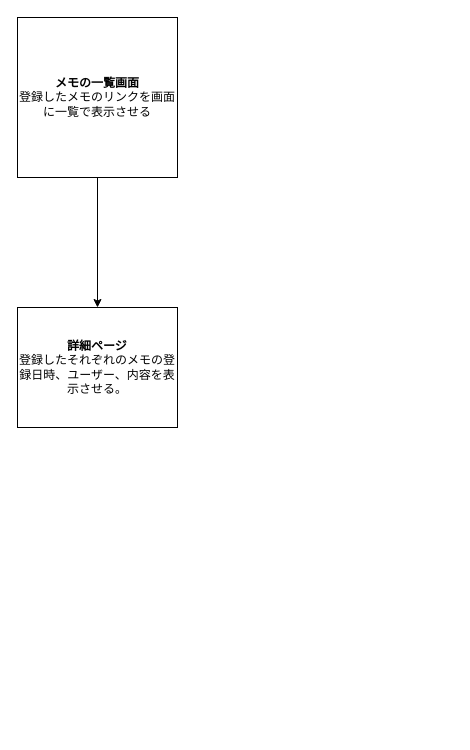
Before: 設計書兼フロー図.drawio in fuzzy-yusuke/memo_mng, a draw.io diagram. Source tidied: cells renumbered, new cells numbered last; positions are measured from the earlier drawing's top-left corner, leaving out a move shared by most shapes. Both pictures are drawn from the tidied source at 100%, with x=0, y=0 at pixel (17, 17).
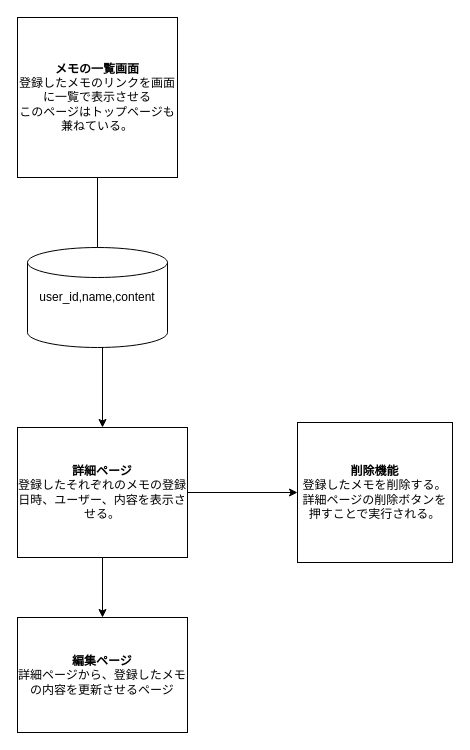
After the change.

Commit message:
フロー図を一通り作成

Change to the diagram source:
```diff
@@
 <mxGraphModel>
   <root>
     <mxCell id="0" />
     <mxCell id="1" parent="0" />
     <mxCell id="2" style="edgeStyle=orthogonalEdgeStyle;rounded=0;jettySize=auto;html=1;" parent="1" edge="1" source="3" target="4">
       <mxGeometry relative="1" as="geometry" />
     </mxCell>
-    <mxCell id="3" value="&lt;font style=&quot;font-size: 12px&quot;&gt;&lt;b&gt;メモの一覧画面&lt;/b&gt;&lt;br&gt;登録したメモのリンクを画面に一覧で表示させる&lt;br&gt;&lt;/font&gt;" style="whiteSpace=wrap;html=1;" parent="1" vertex="1">
+    <mxCell id="3" value="&lt;font style=&quot;font-size: 12px&quot;&gt;&lt;b&gt;メモの一覧画面&lt;/b&gt;&lt;br&gt;登録したメモのリンクを画面に一覧で表示させる&lt;br&gt;このページはトップページも兼ねている。&lt;br&gt;&lt;/font&gt;" style="whiteSpace=wrap;html=1;" parent="1" vertex="1">
       <mxGeometry width="160" height="160" as="geometry" />
     </mxCell>
+    <mxCell id="5" style="edgeStyle=orthogonalEdgeStyle;rounded=0;jettySize=auto;html=1;" parent="1" edge="1" source="4" target="8">
+      <mxGeometry relative="1" as="geometry" />
+    </mxCell>
+    <mxCell id="6" style="edgeStyle=orthogonalEdgeStyle;rounded=0;jettySize=auto;html=1;" parent="1" edge="1" source="4" target="9">
+      <mxGeometry relative="1" as="geometry" />
+    </mxCell>
     <mxCell id="4" value="&lt;b&gt;詳細ページ&lt;/b&gt;&lt;br&gt;登録したそれぞれのメモの登録日時、ユーザー、内容を表示させる。" style="whiteSpace=wrap;html=1;" parent="1" vertex="1">
-      <mxGeometry y="290" width="160" height="120" as="geometry" />
+      <mxGeometry y="410" width="170" height="130" as="geometry" />
     </mxCell>
+    <mxCell id="7" value="user_id,name,content" style="shape=cylinder2;whiteSpace=wrap;html=1;boundedLbl=1;backgroundOutline=1;size=15;" parent="1" vertex="1">
+      <mxGeometry x="10" y="230" width="140" height="100" as="geometry" />
+    </mxCell>
+    <mxCell id="8" value="&lt;b&gt;編集ページ&lt;/b&gt;&lt;br&gt;詳細ページから、登録したメモの内容を更新させるページ" style="whiteSpace=wrap;html=1;" parent="1" vertex="1">
+      <mxGeometry y="600" width="170" height="115" as="geometry" />
+    </mxCell>
+    <mxCell id="9" value="&lt;b&gt;削除機能&lt;/b&gt;&lt;br&gt;登録したメモを削除する。&lt;br&gt;詳細ページの削除ボタンを押すことで実行される。" style="whiteSpace=wrap;html=1;" parent="1" vertex="1">
+      <mxGeometry x="280" y="405" width="155" height="140" as="geometry" />
+    </mxCell>
   </root>
 </mxGraphModel>
```
